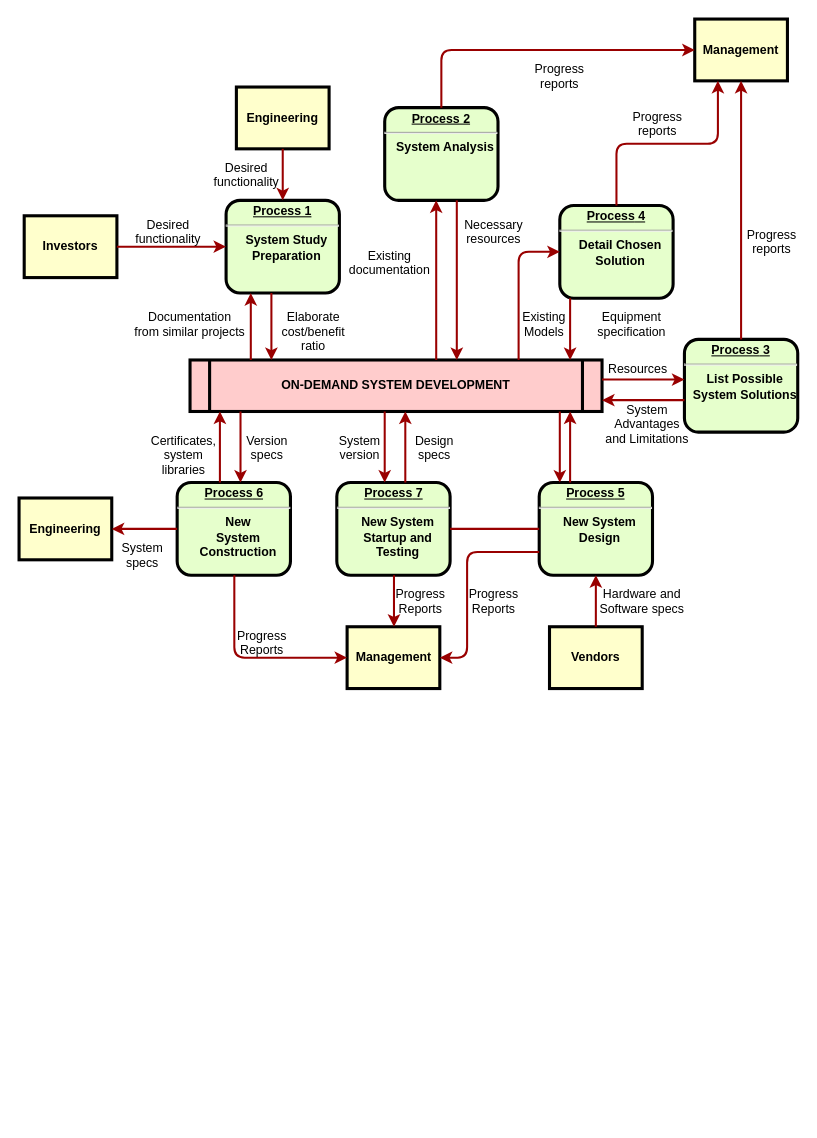
Earlier version of the draw.io diagram 未命名绘图.drawio (Justin1107-good/dotnetResource). Source tidied: cells renumbered, new cells numbered last; positions are measured from the earlier drawing's top-left corner, leaving out a move shared by most shapes. Both pictures are drawn from the tidied source at 103%, with x=0, y=0 at pixel (19, 19).
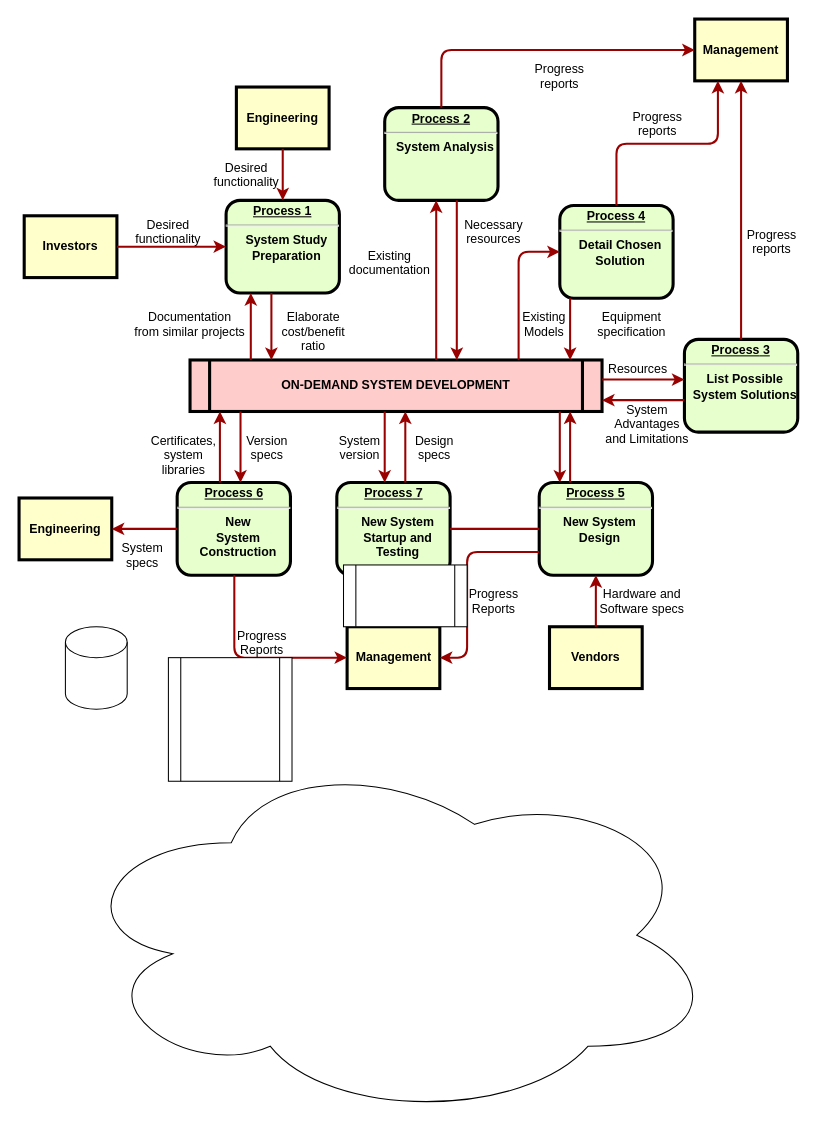
Above is the later version.

Commit message (it also covers changes not shown here):
更新未命名绘图.drawio

What changed in the source:
```diff
@@
+    <mxCell id="63" style="shape=process;whiteSpace=wrap;html=1;backgroundOutline=1;" parent="1" vertex="1">
+      <mxGeometry x="315" y="530" width="120" height="60" as="geometry" />
+    </mxCell>
+    <mxCell id="64" style="shape=process;whiteSpace=wrap;html=1;backgroundOutline=1;" parent="1" vertex="1">
+      <mxGeometry x="145" y="620" width="120" height="120" as="geometry" />
+    </mxCell>
+    <mxCell id="65" style="shape=cylinder3;whiteSpace=wrap;html=1;boundedLbl=1;backgroundOutline=1;size=15;" parent="1" vertex="1">
+      <mxGeometry x="45" y="590" width="60" height="80" as="geometry" />
+    </mxCell>
+    <mxCell id="66" style="ellipse;shape=cloud;whiteSpace=wrap;html=1;" parent="1" vertex="1">
+      <mxGeometry x="48.5" y="710" width="630" height="359" as="geometry" />
+    </mxCell>
```
